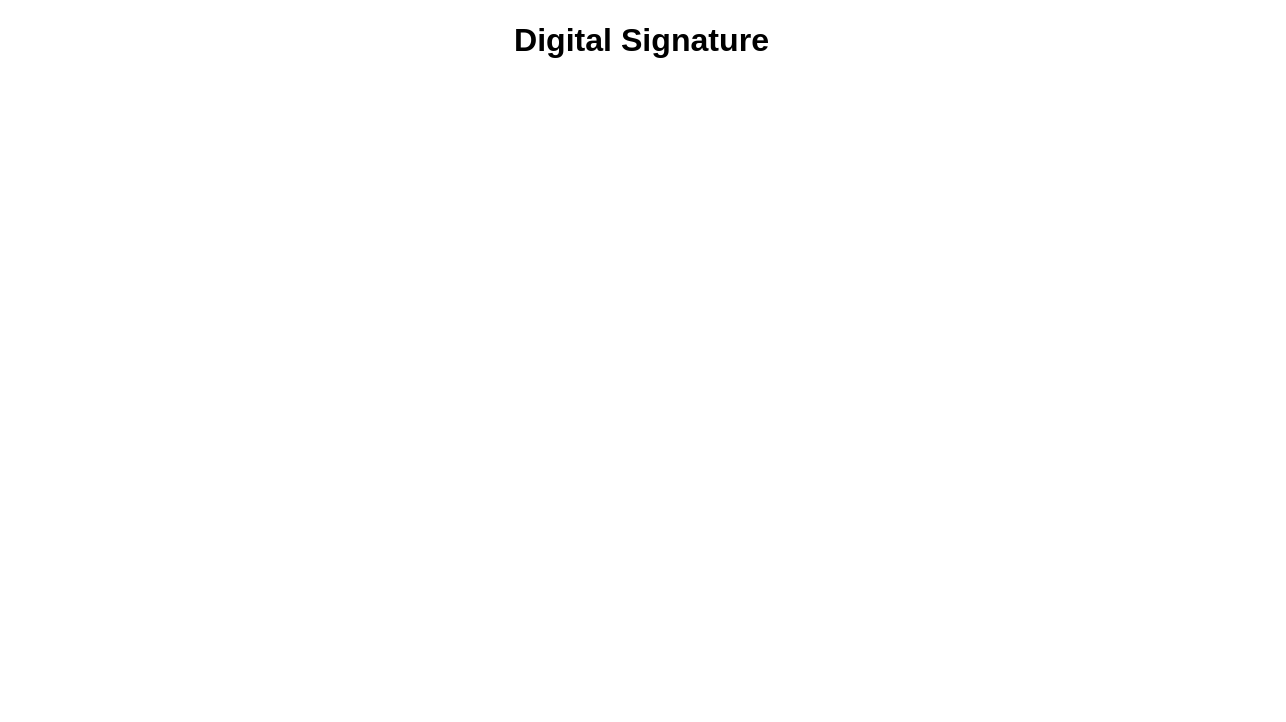
This is Digital Signature.drawio from ProTapia/IST-215-Notes, a draw.io file, before an edit. Source tidied: cells renumbered, new cells numbered last; positions are measured from the earlier drawing's top-left corner, leaving out a move shared by most shapes. Both pictures are drawn from the tidied source at 107%, with x=0, y=0 at pixel (507, 18).
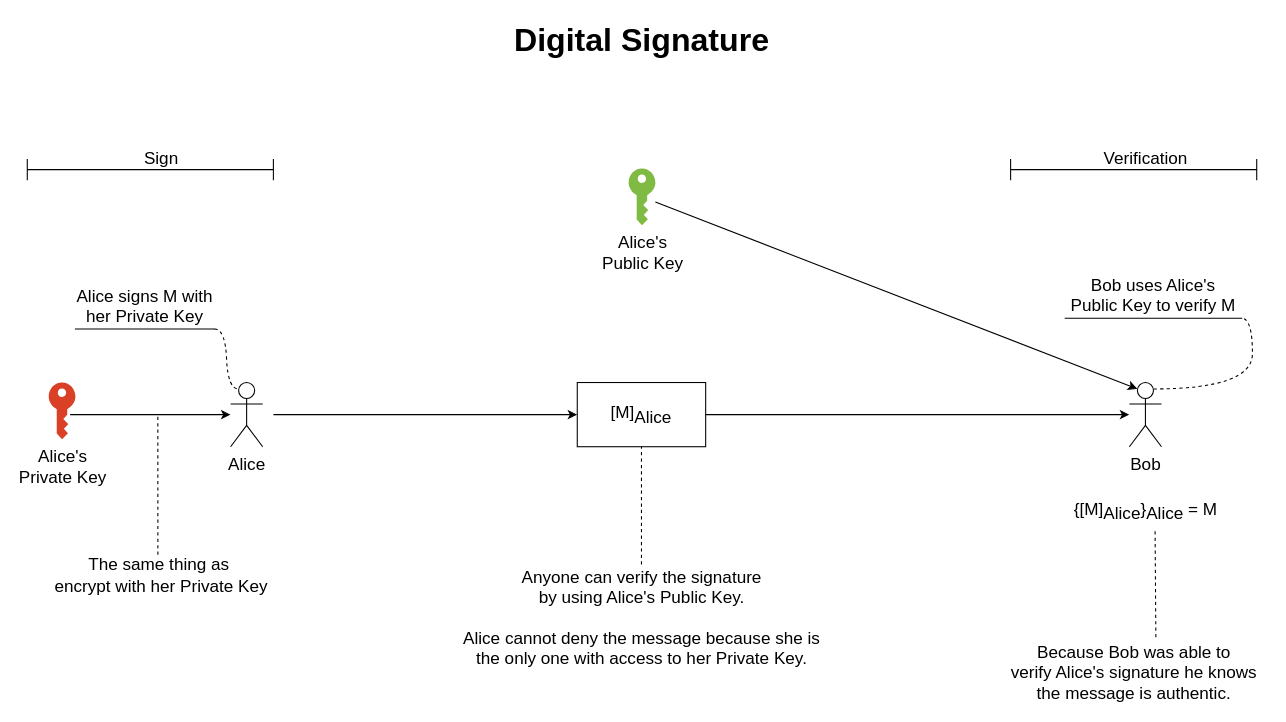
After the change.

What changed in the source:
```diff
@@
+    <mxCell id="3" value="Alice" style="shape=umlActor;verticalLabelPosition=bottom;labelBackgroundColor=#ffffff;verticalAlign=top;html=1;outlineConnect=0;fontSize=16;" parent="1" vertex="1">
+      <mxGeometry x="-259" y="340" width="30" height="60" as="geometry" />
+    </mxCell>
+    <mxCell id="4" value="Bob" style="shape=umlActor;verticalLabelPosition=bottom;labelBackgroundColor=#ffffff;verticalAlign=top;html=1;outlineConnect=0;fontSize=16;" parent="1" vertex="1">
+      <mxGeometry x="581" y="340" width="30" height="60" as="geometry" />
+    </mxCell>
+    <mxCell id="5" value="Alice's&lt;br style=&quot;font-size: 16px;&quot;&gt;Private Key" style="shadow=0;dashed=0;html=1;strokeColor=none;labelPosition=center;verticalLabelPosition=bottom;verticalAlign=top;align=center;shape=mxgraph.office.security.key_permissions;fillColor=#DA4026;fontSize=16;" parent="1" vertex="1">
+      <mxGeometry x="-429" y="340" width="25" height="53" as="geometry" />
+    </mxCell>
+    <mxCell id="6" value="Alice's&lt;br style=&quot;font-size: 16px;&quot;&gt;Public Key" style="shadow=0;dashed=0;html=1;strokeColor=none;labelPosition=center;verticalLabelPosition=bottom;verticalAlign=top;outlineConnect=0;align=center;shape=mxgraph.office.security.key_permissions;fillColor=#7FBA42;fontSize=16;" parent="1" vertex="1">
+      <mxGeometry x="113" y="140" width="25" height="53" as="geometry" />
+    </mxCell>
+    <mxCell id="7" value="[M]&lt;sub style=&quot;font-size: 16px;&quot;&gt;Alice&lt;/sub&gt;" style="rounded=0;whiteSpace=wrap;html=1;fontSize=16;" parent="1" vertex="1">
+      <mxGeometry x="65" y="340" width="120" height="60" as="geometry" />
+    </mxCell>
+    <mxCell id="8" style="endArrow=classic;html=1;fontSize=16;" parent="1" edge="1">
+      <mxGeometry relative="1" as="geometry">
+        <mxPoint x="-409" y="370" as="sourcePoint" />
+        <mxPoint x="-259" y="370" as="targetPoint" />
+      </mxGeometry>
+    </mxCell>
+    <mxCell id="9" style="endArrow=classic;html=1;entryX=0;entryY=0.5;entryDx=0;entryDy=0;fontSize=16;" parent="1" edge="1" target="7">
+      <mxGeometry relative="1" as="geometry">
+        <mxPoint x="-219" y="370" as="sourcePoint" />
+      </mxGeometry>
+    </mxCell>
+    <mxCell id="10" style="endArrow=classic;html=1;entryX=0.25;entryY=0.1;entryDx=0;entryDy=0;entryPerimeter=0;fontSize=16;" parent="1" edge="1" source="6" target="4">
+      <mxGeometry relative="1" as="geometry" />
+    </mxCell>
+    <mxCell id="11" style="endArrow=classic;html=1;exitX=1;exitY=0.5;exitDx=0;exitDy=0;fontSize=16;" parent="1" edge="1" source="7">
+      <mxGeometry relative="1" as="geometry">
+        <mxPoint x="581" y="370" as="targetPoint" />
+      </mxGeometry>
+    </mxCell>
+    <mxCell id="12" value="{[M]&lt;sub style=&quot;font-size: 16px;&quot;&gt;Alice&lt;/sub&gt;}&lt;sub style=&quot;font-size: 16px;&quot;&gt;Alice&lt;/sub&gt; = M" style="text;html=1;align=center;verticalAlign=middle;points=[];fontSize=16;" parent="1" vertex="1">
+      <mxGeometry x="521" y="445" width="150" height="30" as="geometry" />
+    </mxCell>
+    <mxCell id="13" value="Alice signs M with her Private Key" style="whiteSpace=wrap;html=1;shape=partialRectangle;top=0;left=0;bottom=1;right=0;points=[[0,1],[1,1]];strokeColor=#000000;fillColor=none;align=center;verticalAlign=bottom;routingCenterY=0.5;snapToPoint=1;fontSize=16;" parent="1" vertex="1">
+      <mxGeometry x="-404" y="270" width="130" height="20" as="geometry" />
+    </mxCell>
+    <mxCell id="14" style="edgeStyle=entityRelationEdgeStyle;startArrow=none;endArrow=none;segment=10;curved=1;fontSize=16;exitX=1;exitY=1;exitDx=0;exitDy=0;entryX=0.25;entryY=0.1;entryDx=0;entryDy=0;entryPerimeter=0;dashed=1;" parent="1" edge="1" source="13" target="3">
+      <mxGeometry relative="1" as="geometry" />
+    </mxCell>
+    <mxCell id="15" value="The same thing as&amp;nbsp;&lt;br&gt;encrypt with her Private Key" style="text;html=1;align=center;verticalAlign=middle;points=[];fontSize=16;" parent="1" vertex="1">
+      <mxGeometry x="-429" y="500" width="210" height="40" as="geometry" />
+    </mxCell>
+    <mxCell id="16" style="endArrow=none;dashed=1;html=1;fontSize=16;exitX=0.486;exitY=0.025;exitDx=0;exitDy=0;exitPerimeter=0;" parent="1" edge="1" source="15">
+      <mxGeometry relative="1" as="geometry">
+        <mxPoint x="-327" y="370" as="targetPoint" />
+      </mxGeometry>
+    </mxCell>
+    <mxCell id="17" value="Bob uses Alice's Public Key to verify M" style="whiteSpace=wrap;html=1;shape=partialRectangle;top=0;left=0;bottom=1;right=0;points=[[0,1],[1,1]];strokeColor=#000000;fillColor=none;align=center;verticalAlign=bottom;routingCenterY=0.5;snapToPoint=1;fontSize=16;" parent="1" vertex="1">
+      <mxGeometry x="521" y="260" width="165" height="20" as="geometry" />
+    </mxCell>
+    <mxCell id="18" style="edgeStyle=entityRelationEdgeStyle;startArrow=none;endArrow=none;segment=10;curved=1;dashed=1;fontSize=16;exitX=0.75;exitY=0.1;exitDx=0;exitDy=0;exitPerimeter=0;" parent="1" edge="1" source="4" target="17">
+      <mxGeometry relative="1" as="geometry" />
+    </mxCell>
+    <mxCell id="19" value="Because Bob was able to&lt;br&gt;verify Alice's signature he knows &lt;br&gt;the message is authentic." style="text;html=1;align=center;verticalAlign=middle;points=[];fontSize=16;" parent="1" vertex="1">
+      <mxGeometry x="460" y="581" width="250" height="60" as="geometry" />
+    </mxCell>
+    <mxCell id="20" style="endArrow=none;dashed=1;html=1;fontSize=16;exitX=0.583;exitY=-0.05;exitDx=0;exitDy=0;exitPerimeter=0;entryX=0.56;entryY=1.033;entryDx=0;entryDy=0;entryPerimeter=0;" parent="1" edge="1" source="19" target="12">
+      <mxGeometry relative="1" as="geometry" />
+    </mxCell>
+    <mxCell id="21" value="Anyone can verify the signature &lt;br&gt;by using Alice's Public Key.&lt;br&gt;&lt;br&gt;Alice cannot deny the message because she is &lt;br&gt;the only one with access to her Private Key." style="text;html=1;align=center;verticalAlign=middle;points=[];fontSize=16;" parent="1" vertex="1">
+      <mxGeometry x="-50" y="510" width="350" height="100" as="geometry" />
+    </mxCell>
+    <mxCell id="22" style="endArrow=none;dashed=1;html=1;fontSize=16;entryX=0.5;entryY=1;entryDx=0;entryDy=0;" parent="1" edge="1" source="21" target="7">
+      <mxGeometry relative="1" as="geometry" />
+    </mxCell>
+    <mxCell id="23" style="shape=crossbar;whiteSpace=wrap;html=1;rounded=1;fontSize=16;" parent="1" vertex="1">
+      <mxGeometry x="-449" y="131" width="230" height="20" as="geometry" />
+    </mxCell>
+    <mxCell id="24" value="Sign" style="text;html=1;align=center;verticalAlign=middle;fontSize=16;" parent="1" vertex="1">
+      <mxGeometry x="-349" y="120" width="50" height="20" as="geometry" />
+    </mxCell>
+    <mxCell id="25" style="shape=crossbar;whiteSpace=wrap;html=1;rounded=1;fontSize=16;" parent="1" vertex="1">
+      <mxGeometry x="470" y="131" width="230" height="20" as="geometry" />
+    </mxCell>
+    <mxCell id="26" value="Verification" style="text;html=1;align=center;verticalAlign=middle;fontSize=16;" parent="1" vertex="1">
+      <mxGeometry x="551" y="120" width="90" height="20" as="geometry" />
+    </mxCell>
```
